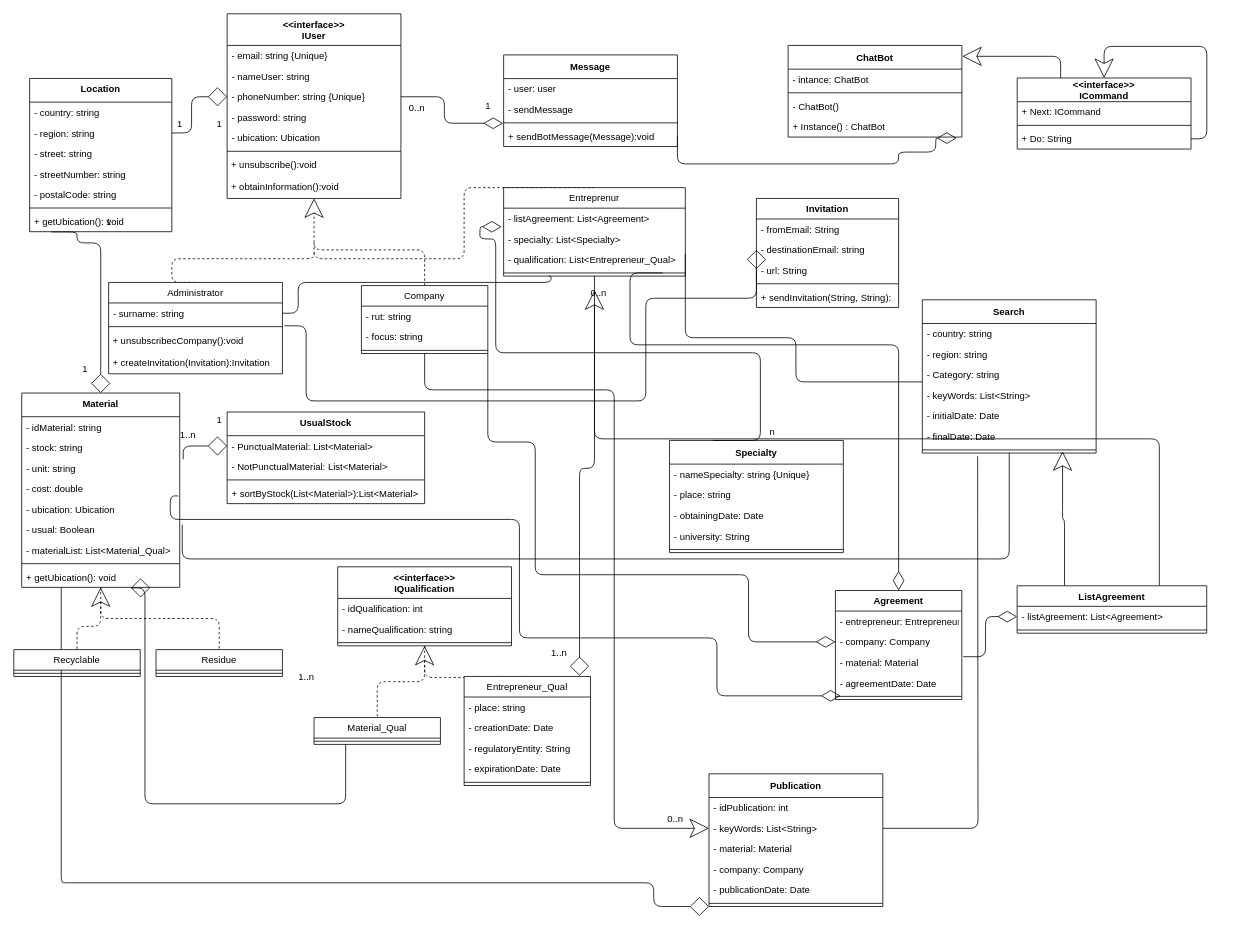
kevinalvarezvicente/Final_Work_PII_2021 keeps this draw.io diagram as docs/Diagrams/DiagramaDeClases.drawio. Above is the earlier version. Source tidied: cells renumbered, new cells numbered last; positions are measured from the earlier drawing's top-left corner, leaving out a move shared by most shapes. Both pictures are drawn from the tidied source at 79%, with x=0, y=0 at pixel (13, 13).
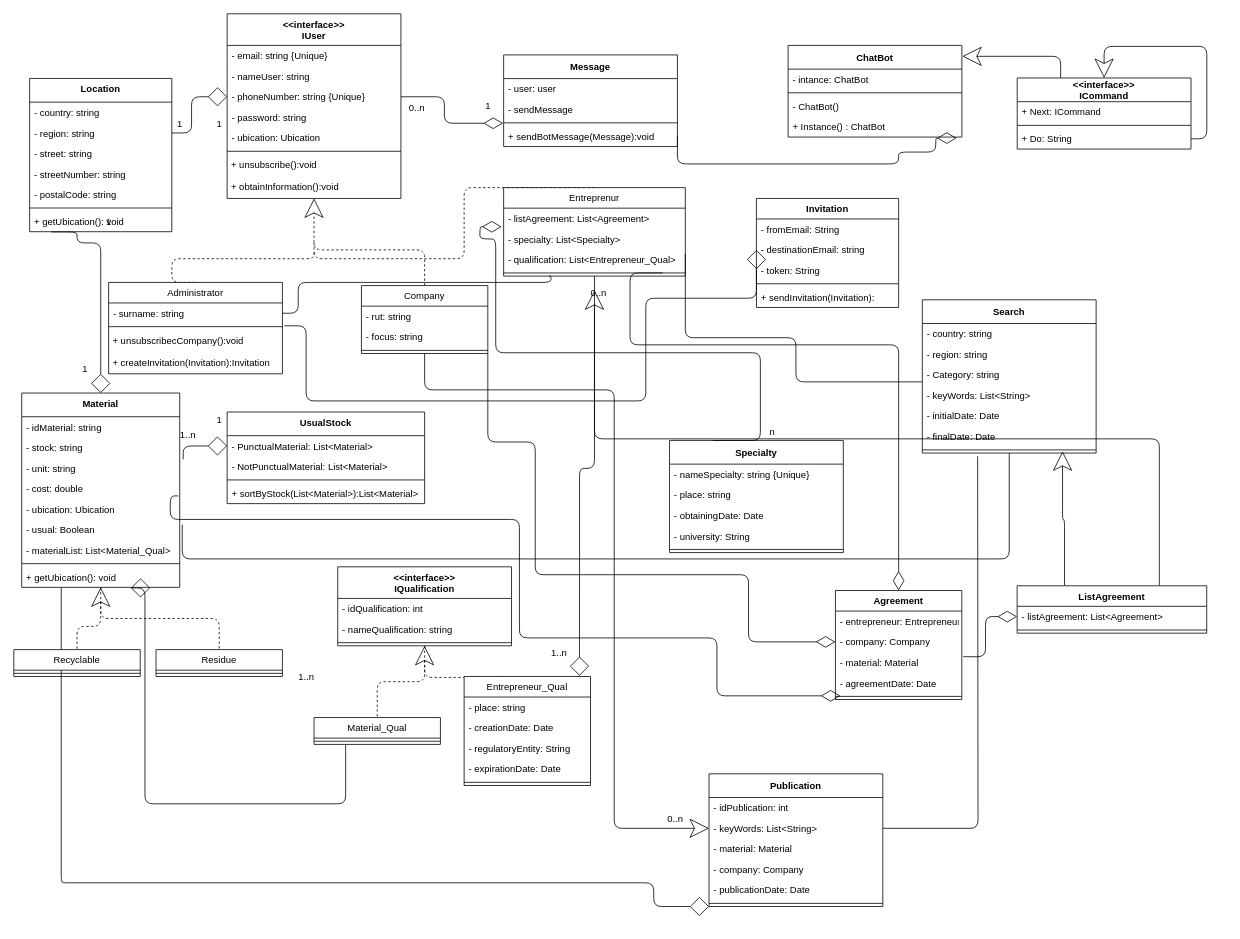
Above is the later version.

The change refers to these unchanged cells:
```xml
<mxCell id="132" value="Invitation" style="swimlane;fontStyle=1;align=center;verticalAlign=top;horizontal=1;startSize=26;" parent="1" vertex="1">
  <mxGeometry x="940" y="233.7" width="180" height="138" as="geometry" />
</mxCell>
```

What changed in the source:
```diff
@@
-    <mxCell id="135" value="- url: String" style="text;strokeColor=none;fillColor=none;align=left;verticalAlign=top;spacingLeft=4;spacingRight=4;overflow=hidden;" parent="132" vertex="1">
+    <mxCell id="135" value="- token: String" style="text;strokeColor=none;fillColor=none;align=left;verticalAlign=top;spacingLeft=4;spacingRight=4;overflow=hidden;" parent="132" vertex="1">
       <mxGeometry y="78" width="180" height="26" as="geometry" />
     </mxCell>
@@
-    <mxCell id="137" value="+ sendInvitation(String, String):" style="text;strokeColor=none;fillColor=none;align=left;verticalAlign=top;spacingLeft=4;spacingRight=4;overflow=hidden;" parent="132" vertex="1">
+    <mxCell id="137" value="+ sendInvitation(Invitation):" style="text;strokeColor=none;fillColor=none;align=left;verticalAlign=top;spacingLeft=4;spacingRight=4;overflow=hidden;" parent="132" vertex="1">
       <mxGeometry y="112" width="180" height="26" as="geometry" />
     </mxCell>
```
